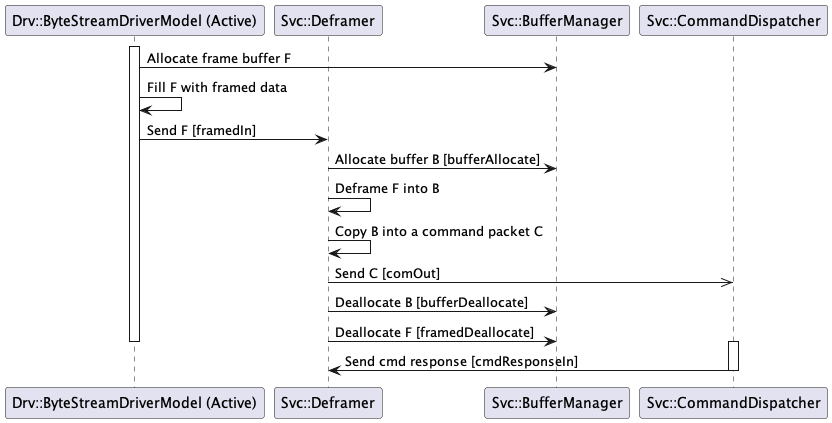
Above: Svc/Deframer/docs/img/active-cmd-packet.png in nasa/fprime (PlantUML), before the change.
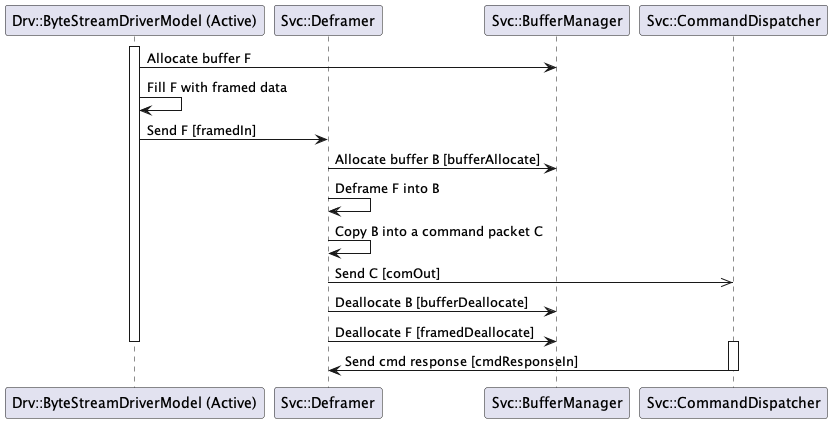
Above is the later version.

Change to the diagram source:
```diff
@@ -7,7 +7,7 @@
 
 activate "Drv::ByteStreamDriverModel (Active)"
 
-"Drv::ByteStreamDriverModel (Active)" -> "Svc::BufferManager": Allocate frame buffer F
+"Drv::ByteStreamDriverModel (Active)" -> "Svc::BufferManager": Allocate buffer F
 "Drv::ByteStreamDriverModel (Active)" -> "Drv::ByteStreamDriverModel (Active)": Fill F with framed data
 "Drv::ByteStreamDriverModel (Active)" -> "Svc::Deframer": Send F [framedIn]
 
```
